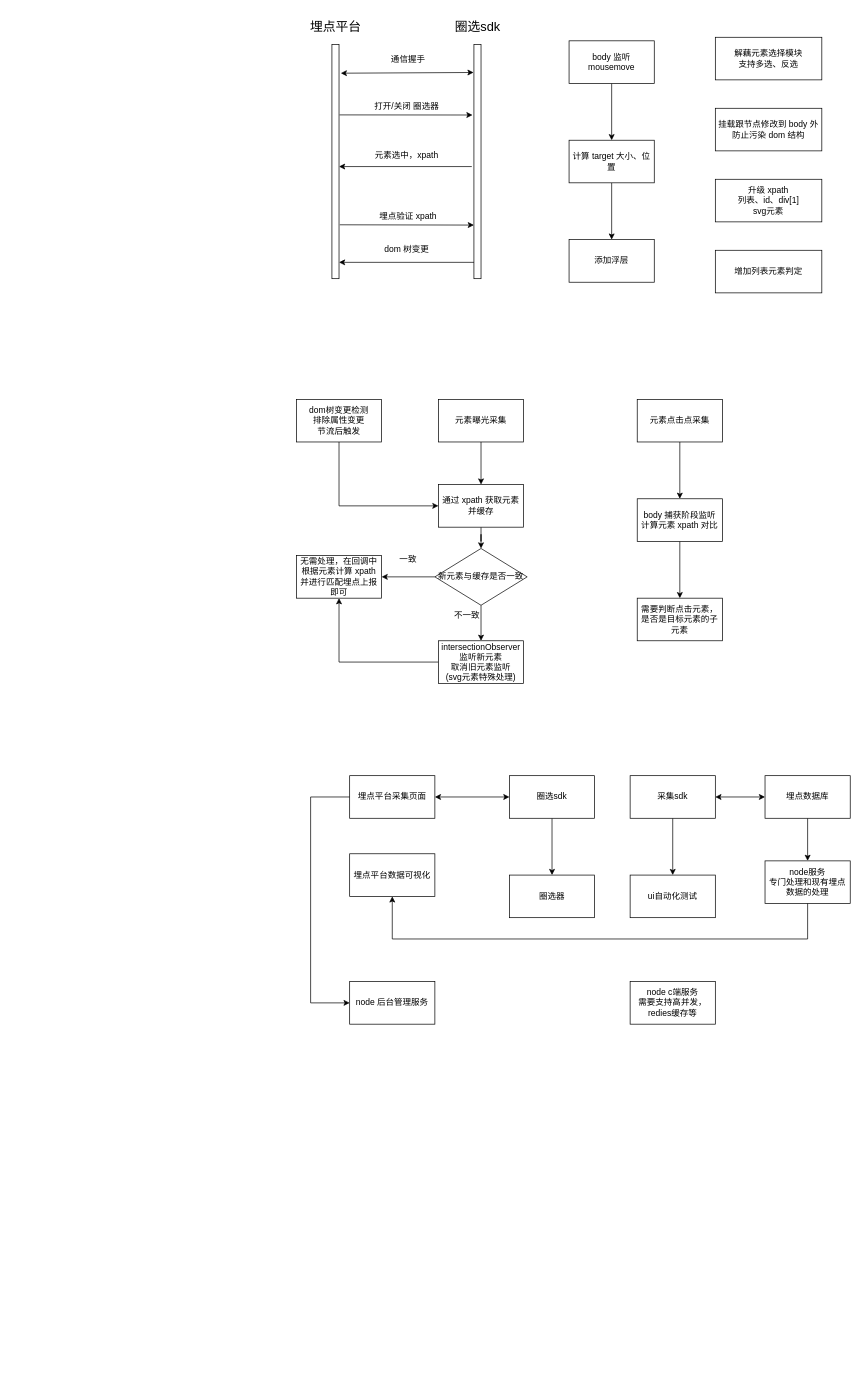
The draw.io diagram 未命名绘图.drawio in yuzai/-, before the edit. Source tidied: cells renumbered, new cells numbered last; positions are measured from the earlier drawing's top-left corner, leaving out a move shared by most shapes. Both pictures are drawn from the tidied source at 71%, with x=0, y=0 at pixel (296, 12).
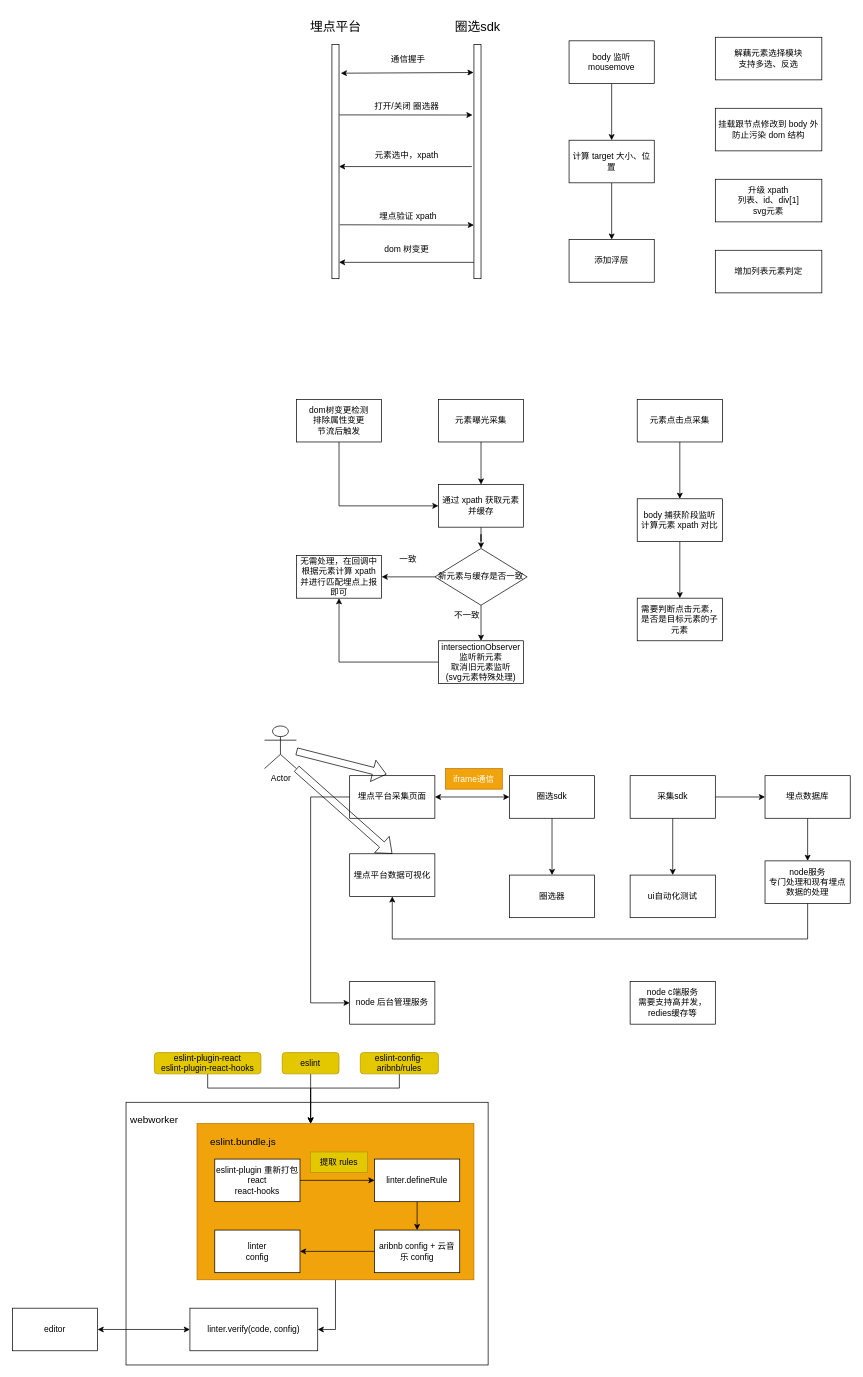
The same page after the edit.

Commit message:
更新未命名绘图.drawio

The change refers to these unchanged cells:
```xml
<mxCell id="44" value="埋点平台采集页面" style="rounded=0;whiteSpace=wrap;html=1;" parent="1" vertex="1">
  <mxGeometry x="75" y="1075" width="120" height="60" as="geometry" />
</mxCell>
<mxCell id="50" value="采集sdk" style="rounded=0;whiteSpace=wrap;html=1;" parent="1" vertex="1">
  <mxGeometry x="470" y="1075" width="120" height="60" as="geometry" />
</mxCell>
<mxCell id="52" value="埋点数据库" style="rounded=0;whiteSpace=wrap;html=1;" parent="1" vertex="1">
  <mxGeometry x="660" y="1075" width="120" height="60" as="geometry" />
</mxCell>
<mxCell id="53" value="埋点平台数据可视化" style="rounded=0;whiteSpace=wrap;html=1;" parent="1" vertex="1">
  <mxGeometry x="75" y="1185" width="120" height="60" as="geometry" />
</mxCell>
```

The edit, as a diff of the source:
```diff
@@
+    <mxCell id="61" style="rounded=0;whiteSpace=wrap;html=1;fontColor=#000000;" parent="1" vertex="1">
+      <mxGeometry x="-240" y="1535" width="510" height="370" as="geometry" />
+    </mxCell>
+    <mxCell id="62" style="edgeStyle=orthogonalEdgeStyle;rounded=0;jettySize=auto;html=1;exitX=0.5;exitY=1;exitDx=0;exitDy=0;entryX=1;entryY=0.5;entryDx=0;entryDy=0;fontColor=#000000;" parent="1" edge="1" source="63" target="78">
+      <mxGeometry relative="1" as="geometry" />
+    </mxCell>
+    <mxCell id="63" style="rounded=0;whiteSpace=wrap;html=1;fontColor=#000000;fillColor=#f0a30a;strokeColor=#BD7000;" parent="1" vertex="1">
+      <mxGeometry x="-140" y="1565" width="390" height="220" as="geometry" />
+    </mxCell>
@@
+    <mxCell id="54" style="edgeStyle=orthogonalEdgeStyle;rounded=0;jettySize=auto;html=1;exitX=1;exitY=0.5;exitDx=0;exitDy=0;entryX=0;entryY=0.5;entryDx=0;entryDy=0;fontColor=#FFFFFF;" parent="1" edge="1" source="50" target="52">
+      <mxGeometry relative="1" as="geometry" />
+    </mxCell>
@@
-    <mxCell id="54" style="endArrow=classic;startArrow=classic;html=1;rounded=0;exitX=1;exitY=0.5;exitDx=0;exitDy=0;entryX=0;entryY=0.5;entryDx=0;entryDy=0;" parent="1" edge="1" source="50" target="52">
-      <mxGeometry relative="1" as="geometry" />
-    </mxCell>
@@
+    <mxCell id="64" value="Actor" style="shape=umlActor;verticalLabelPosition=bottom;verticalAlign=top;html=1;outlineConnect=0;" parent="1" vertex="1">
+      <mxGeometry x="-45" y="1005" width="45" height="60" as="geometry" />
+    </mxCell>
+    <mxCell id="65" style="shape=flexArrow;endArrow=classic;html=1;rounded=0;entryX=0.433;entryY=-0.033;entryDx=0;entryDy=0;entryPerimeter=0;" parent="1" edge="1" source="64" target="44">
+      <mxGeometry relative="1" as="geometry" />
+    </mxCell>
+    <mxCell id="66" style="shape=flexArrow;endArrow=classic;html=1;rounded=0;entryX=0.5;entryY=0;entryDx=0;entryDy=0;exitX=1;exitY=1;exitDx=0;exitDy=0;exitPerimeter=0;" parent="1" edge="1" source="64" target="53">
+      <mxGeometry relative="1" as="geometry" />
+    </mxCell>
+    <mxCell id="67" value="&lt;font color=&quot;#ffffff&quot;&gt;iframe通信&lt;/font&gt;" style="rounded=0;whiteSpace=wrap;html=1;fillColor=#f0a30a;strokeColor=#BD7000;fontColor=#000000;" parent="1" vertex="1">
+      <mxGeometry x="210" y="1065" width="80" height="29" as="geometry" />
+    </mxCell>
+    <mxCell id="68" style="edgeStyle=orthogonalEdgeStyle;rounded=0;jettySize=auto;html=1;fontColor=#000000;" parent="1" edge="1" source="69" target="71">
+      <mxGeometry relative="1" as="geometry" />
+    </mxCell>
+    <mxCell id="69" value="&lt;font color=&quot;#000000&quot;&gt;eslint-plugin 重新打包&lt;br&gt;react&lt;br&gt;react-hooks&lt;br&gt;&lt;/font&gt;" style="rounded=0;whiteSpace=wrap;html=1;fontColor=#FFFFFF;" parent="1" vertex="1">
+      <mxGeometry x="-115" y="1615" width="120" height="60" as="geometry" />
+    </mxCell>
+    <mxCell id="70" style="edgeStyle=orthogonalEdgeStyle;rounded=0;jettySize=auto;html=1;exitX=0.5;exitY=1;exitDx=0;exitDy=0;entryX=0.5;entryY=0;entryDx=0;entryDy=0;fontColor=#000000;" parent="1" edge="1" source="71" target="74">
+      <mxGeometry relative="1" as="geometry" />
+    </mxCell>
+    <mxCell id="71" value="&lt;font color=&quot;#000000&quot;&gt;linter.defineRule&lt;/font&gt;" style="whiteSpace=wrap;html=1;fontColor=#FFFFFF;rounded=0;" parent="1" vertex="1">
+      <mxGeometry x="110" y="1615" width="120" height="60" as="geometry" />
+    </mxCell>
+    <mxCell id="72" value="提取 rules" style="rounded=0;whiteSpace=wrap;html=1;fillColor=#e3c800;strokeColor=#B09500;fontColor=#000000;" parent="1" vertex="1">
+      <mxGeometry x="20" y="1605" width="80" height="29" as="geometry" />
+    </mxCell>
+    <mxCell id="73" style="edgeStyle=orthogonalEdgeStyle;rounded=0;jettySize=auto;html=1;exitX=0;exitY=0.5;exitDx=0;exitDy=0;entryX=1;entryY=0.5;entryDx=0;entryDy=0;fontColor=#000000;" parent="1" edge="1" source="74" target="75">
+      <mxGeometry relative="1" as="geometry" />
+    </mxCell>
+    <mxCell id="74" value="aribnb config + 云音乐 config" style="rounded=0;whiteSpace=wrap;html=1;fontColor=#000000;" parent="1" vertex="1">
+      <mxGeometry x="110" y="1715" width="120" height="60" as="geometry" />
+    </mxCell>
+    <mxCell id="75" value="linter&lt;br&gt;config" style="rounded=0;whiteSpace=wrap;html=1;fontColor=#000000;" parent="1" vertex="1">
+      <mxGeometry x="-115" y="1715" width="120" height="60" as="geometry" />
+    </mxCell>
+    <mxCell id="76" value="&lt;font style=&quot;font-size: 14px;&quot;&gt;eslint.bundle.js&lt;/font&gt;" style="text;html=1;strokeColor=none;fillColor=none;align=center;verticalAlign=middle;whiteSpace=wrap;rounded=0;fontColor=#000000;" parent="1" vertex="1">
+      <mxGeometry x="-105" y="1575" width="60" height="30" as="geometry" />
+    </mxCell>
+    <mxCell id="77" value="&lt;font style=&quot;font-size: 14px;&quot;&gt;webworker&lt;/font&gt;" style="text;html=1;strokeColor=none;fillColor=none;align=center;verticalAlign=middle;whiteSpace=wrap;rounded=0;fontColor=#000000;" parent="1" vertex="1">
+      <mxGeometry x="-230" y="1545" width="60" height="30" as="geometry" />
+    </mxCell>
+    <mxCell id="78" value="linter.verify(code, config)" style="rounded=0;whiteSpace=wrap;html=1;fontColor=#000000;" parent="1" vertex="1">
+      <mxGeometry x="-150" y="1825" width="180" height="60" as="geometry" />
+    </mxCell>
+    <mxCell id="79" value="editor" style="rounded=0;whiteSpace=wrap;html=1;fontColor=#000000;" parent="1" vertex="1">
+      <mxGeometry x="-400" y="1825" width="120" height="60" as="geometry" />
+    </mxCell>
+    <mxCell id="80" style="endArrow=classic;startArrow=classic;html=1;rounded=0;fontColor=#000000;exitX=1;exitY=0.5;exitDx=0;exitDy=0;entryX=0;entryY=0.5;entryDx=0;entryDy=0;" parent="1" edge="1" source="79" target="78">
+      <mxGeometry relative="1" as="geometry" />
+    </mxCell>
+    <mxCell id="81" style="edgeStyle=orthogonalEdgeStyle;rounded=0;jettySize=auto;html=1;exitX=0.5;exitY=1;exitDx=0;exitDy=0;entryX=0.41;entryY=0;entryDx=0;entryDy=0;entryPerimeter=0;fontColor=#000000;" parent="1" edge="1" source="82" target="63">
+      <mxGeometry relative="1" as="geometry" />
+    </mxCell>
+    <mxCell id="82" value="eslint" style="rounded=1;whiteSpace=wrap;html=1;fontColor=#000000;fillColor=#e3c800;strokeColor=#B09500;" parent="1" vertex="1">
+      <mxGeometry x="-20" y="1465" width="80" height="30" as="geometry" />
+    </mxCell>
+    <mxCell id="83" style="edgeStyle=orthogonalEdgeStyle;rounded=0;jettySize=auto;html=1;exitX=0.5;exitY=1;exitDx=0;exitDy=0;fontColor=#000000;" parent="1" edge="1" source="84">
+      <mxGeometry relative="1" as="geometry">
+        <mxPoint x="20" y="1565" as="targetPoint" />
+        <Array as="points">
+          <mxPoint x="-125" y="1515" />
+          <mxPoint x="20" y="1515" />
+        </Array>
+      </mxGeometry>
+    </mxCell>
+    <mxCell id="84" value="eslint-plugin-react&lt;br&gt;eslint-plugin-react-hooks" style="rounded=1;whiteSpace=wrap;html=1;fontColor=#000000;fillColor=#e3c800;strokeColor=#B09500;" parent="1" vertex="1">
+      <mxGeometry x="-200" y="1465" width="150" height="30" as="geometry" />
+    </mxCell>
+    <mxCell id="85" style="edgeStyle=orthogonalEdgeStyle;rounded=0;jettySize=auto;html=1;exitX=0.5;exitY=1;exitDx=0;exitDy=0;fontColor=#000000;" parent="1" edge="1" source="86">
+      <mxGeometry relative="1" as="geometry">
+        <mxPoint x="20" y="1565" as="targetPoint" />
+        <Array as="points">
+          <mxPoint x="145" y="1515" />
+          <mxPoint x="20" y="1515" />
+        </Array>
+      </mxGeometry>
+    </mxCell>
+    <mxCell id="86" value="eslint-config-aribnb/rules" style="rounded=1;whiteSpace=wrap;html=1;fontColor=#000000;fillColor=#e3c800;strokeColor=#B09500;" parent="1" vertex="1">
+      <mxGeometry x="90" y="1465" width="110" height="30" as="geometry" />
+    </mxCell>
```
